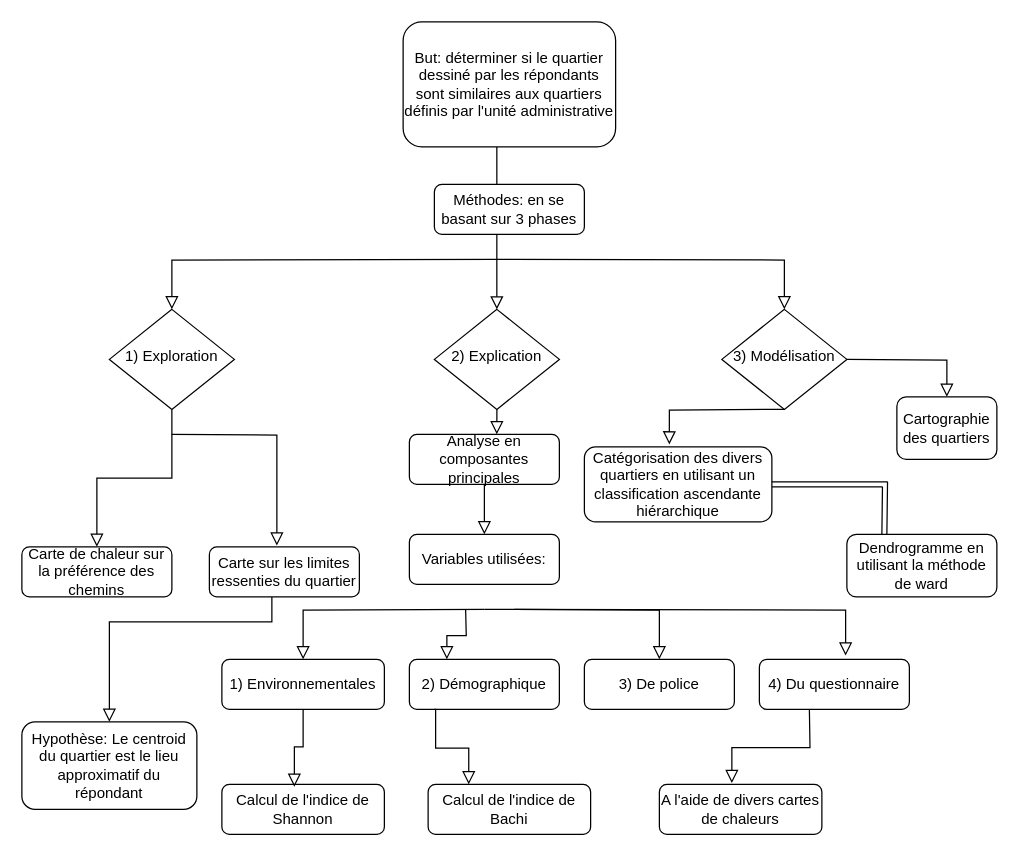
NoeStrava/DIS keeps this draw.io diagram as Diagramme sans nom.drawio. Above is the earlier version. Source tidied: cells renumbered, new cells numbered last; positions are measured from the earlier drawing's top-left corner, leaving out a move shared by most shapes. Both pictures are drawn from the tidied source at 125%, with x=0, y=0 at pixel (21, 21).
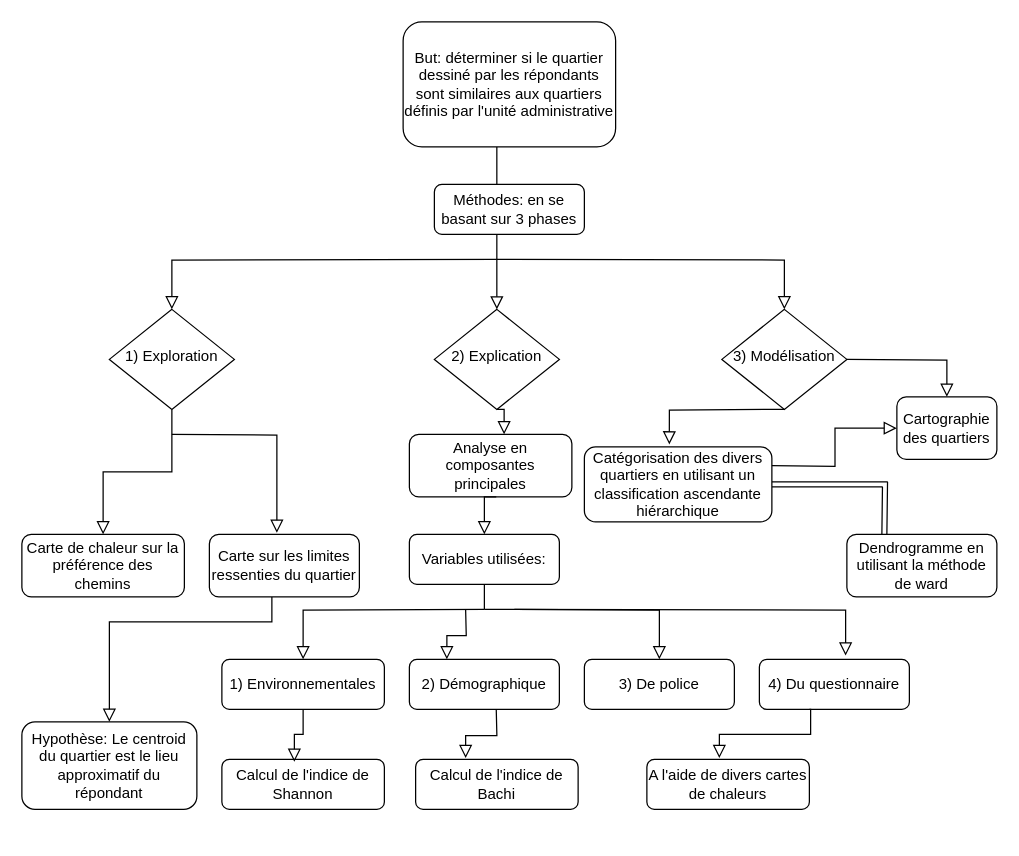
The same diagram, later.

Commit message (it also covers changes not shown here):
Mettre à jour Diagramme sans nom.drawio

Unchanged cells that the change refers to:
```xml
<mxCell id="18" value="Variables utilisées:" style="rounded=1;whiteSpace=wrap;html=1;fontSize=12;glass=0;strokeWidth=1;shadow=0;" parent="1" vertex="1">
  <mxGeometry x="310" y="410" width="120" height="40" as="geometry" />
</mxCell>
<mxCell id="39" value="Cartographie des quartiers" style="rounded=1;whiteSpace=wrap;html=1;fontSize=12;glass=0;strokeWidth=1;shadow=0;" parent="1" vertex="1">
  <mxGeometry x="700" y="300" width="80" height="50" as="geometry" />
</mxCell>
```

What changed in the source:
```diff
@@
     <mxCell id="9" value="Carte de chaleur sur la préférence des chemins" style="rounded=1;whiteSpace=wrap;html=1;fontSize=12;glass=0;strokeWidth=1;shadow=0;" parent="1" vertex="1">
-      <mxGeometry y="420" width="120" height="40" as="geometry" />
+      <mxGeometry y="410" width="130" height="50" as="geometry" />
     </mxCell>
     <mxCell id="10" value="Carte sur les limites ressenties du quartier" style="rounded=1;whiteSpace=wrap;html=1;fontSize=12;glass=0;strokeWidth=1;shadow=0;" parent="1" vertex="1">
-      <mxGeometry x="150" y="420" width="120" height="40" as="geometry" />
+      <mxGeometry x="150" y="410" width="120" height="50" as="geometry" />
     </mxCell>
@@
     <mxCell id="16" value="Analyse en composantes principales" style="rounded=1;whiteSpace=wrap;html=1;fontSize=12;glass=0;strokeWidth=1;shadow=0;" parent="1" vertex="1">
-      <mxGeometry x="310" y="330" width="120" height="40" as="geometry" />
+      <mxGeometry x="310" y="330" width="130" height="50" as="geometry" />
     </mxCell>
-    <mxCell id="17" style="rounded=0;html=1;jettySize=auto;fontSize=11;endArrow=block;endFill=0;endSize=8;strokeWidth=1;shadow=0;labelBackgroundColor=none;edgeStyle=orthogonalEdgeStyle;exitX=0.5;exitY=1;exitDx=0;exitDy=0;entryX=0.5;entryY=0;entryDx=0;entryDy=0;" parent="1" edge="1" source="16" target="18">
-      <mxGeometry relative="1" as="geometry">
-        <Array as="points">
-          <mxPoint x="370" y="410" />
-        </Array>
-      </mxGeometry>
-    </mxCell>
@@
     <mxCell id="28" value="Calcul de l'indice de Shannon" style="rounded=1;whiteSpace=wrap;html=1;fontSize=12;glass=0;strokeWidth=1;shadow=0;" parent="1" vertex="1">
-      <mxGeometry x="160" y="610" width="130" height="40" as="geometry" />
+      <mxGeometry x="160" y="590" width="130" height="40" as="geometry" />
     </mxCell>
@@
     <mxCell id="30" value="Calcul de l'indice de Bachi" style="rounded=1;whiteSpace=wrap;html=1;fontSize=12;glass=0;strokeWidth=1;shadow=0;" parent="1" vertex="1">
-      <mxGeometry x="325" y="610" width="130" height="40" as="geometry" />
+      <mxGeometry x="315" y="590" width="130" height="40" as="geometry" />
     </mxCell>
-    <mxCell id="31" style="rounded=0;html=1;jettySize=auto;fontSize=11;endArrow=block;endFill=0;endSize=8;strokeWidth=1;shadow=0;labelBackgroundColor=none;edgeStyle=orthogonalEdgeStyle;exitX=0.5;exitY=1;exitDx=0;exitDy=0;entryX=0.25;entryY=0;entryDx=0;entryDy=0;" parent="1" edge="1" target="30">
-      <mxGeometry relative="1" as="geometry">
-        <mxPoint x="330" y="550" as="sourcePoint" />
-        <Array as="points">
-          <mxPoint x="331" y="550" />
-          <mxPoint x="331" y="581" />
-          <mxPoint x="358" y="581" />
-        </Array>
-      </mxGeometry>
-    </mxCell>
     <mxCell id="32" value="A l'aide de divers cartes de chaleurs" style="rounded=1;whiteSpace=wrap;html=1;fontSize=12;glass=0;strokeWidth=1;shadow=0;" parent="1" vertex="1">
-      <mxGeometry x="510" y="610" width="130" height="40" as="geometry" />
+      <mxGeometry x="500" y="590" width="130" height="40" as="geometry" />
     </mxCell>
     <mxCell id="33" style="rounded=0;html=1;jettySize=auto;fontSize=11;endArrow=block;endFill=0;endSize=8;strokeWidth=1;shadow=0;labelBackgroundColor=none;edgeStyle=orthogonalEdgeStyle;entryX=0.446;entryY=-0.025;entryDx=0;entryDy=0;entryPerimeter=0;" parent="1" edge="1" target="32">
       <mxGeometry relative="1" as="geometry">
         <mxPoint x="630" y="550" as="sourcePoint" />
+        <Array as="points">
+          <mxPoint x="631" y="550" />
+          <mxPoint x="631" y="570" />
+          <mxPoint x="558" y="570" />
+        </Array>
       </mxGeometry>
     </mxCell>
@@
+    <mxCell id="40" style="rounded=0;html=1;jettySize=auto;fontSize=11;endArrow=block;endFill=0;endSize=8;strokeWidth=1;shadow=0;labelBackgroundColor=none;edgeStyle=orthogonalEdgeStyle;entryX=0;entryY=0.5;entryDx=0;entryDy=0;" parent="1" edge="1" target="39">
+      <mxGeometry relative="1" as="geometry">
+        <mxPoint x="600" y="355" as="sourcePoint" />
+      </mxGeometry>
+    </mxCell>
+    <mxCell id="41" style="rounded=0;html=1;jettySize=auto;fontSize=11;endArrow=block;endFill=0;endSize=8;strokeWidth=1;shadow=0;labelBackgroundColor=none;edgeStyle=orthogonalEdgeStyle;exitX=0.441;exitY=1;exitDx=0;exitDy=0;exitPerimeter=0;entryX=0.308;entryY=-0.025;entryDx=0;entryDy=0;entryPerimeter=0;" parent="1" edge="1" target="30">
+      <mxGeometry relative="1" as="geometry">
+        <mxPoint x="379.5" y="550" as="sourcePoint" />
+      </mxGeometry>
+    </mxCell>
+    <mxCell id="42" style="endArrow=none;html=1;rounded=0;" parent="1" edge="1">
+      <mxGeometry relative="1" as="geometry">
+        <mxPoint x="370" y="470" as="sourcePoint" />
+        <mxPoint x="370" y="470" as="targetPoint" />
+        <Array as="points">
+          <mxPoint x="370" y="450" />
+        </Array>
+      </mxGeometry>
+    </mxCell>
+    <mxCell id="43" style="rounded=0;html=1;jettySize=auto;fontSize=11;endArrow=block;endFill=0;endSize=8;strokeWidth=1;shadow=0;labelBackgroundColor=none;edgeStyle=orthogonalEdgeStyle;exitX=0.441;exitY=1;exitDx=0;exitDy=0;exitPerimeter=0;entryX=0.5;entryY=0;entryDx=0;entryDy=0;" parent="1" edge="1" target="18">
+      <mxGeometry relative="1" as="geometry">
+        <mxPoint x="379.5" y="380" as="sourcePoint" />
+      </mxGeometry>
+    </mxCell>
```
